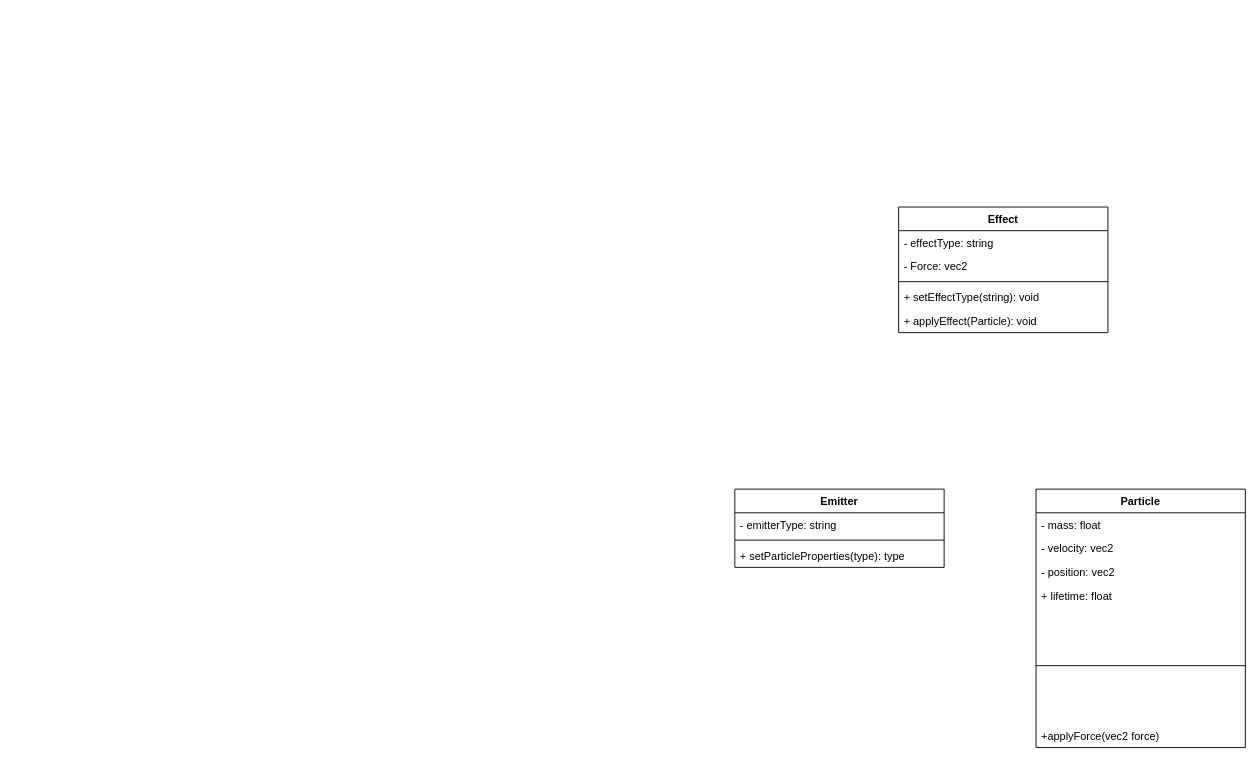
The draw.io diagram classDiagram.drawio in KarlWastesson/KandidatLab, before the edit. Source tidied: cells renumbered, new cells numbered last; positions are measured from the earlier drawing's top-left corner, leaving out a move shared by most shapes. Both pictures are drawn from the tidied source at 91%, with x=0, y=0 at pixel (734, 207).
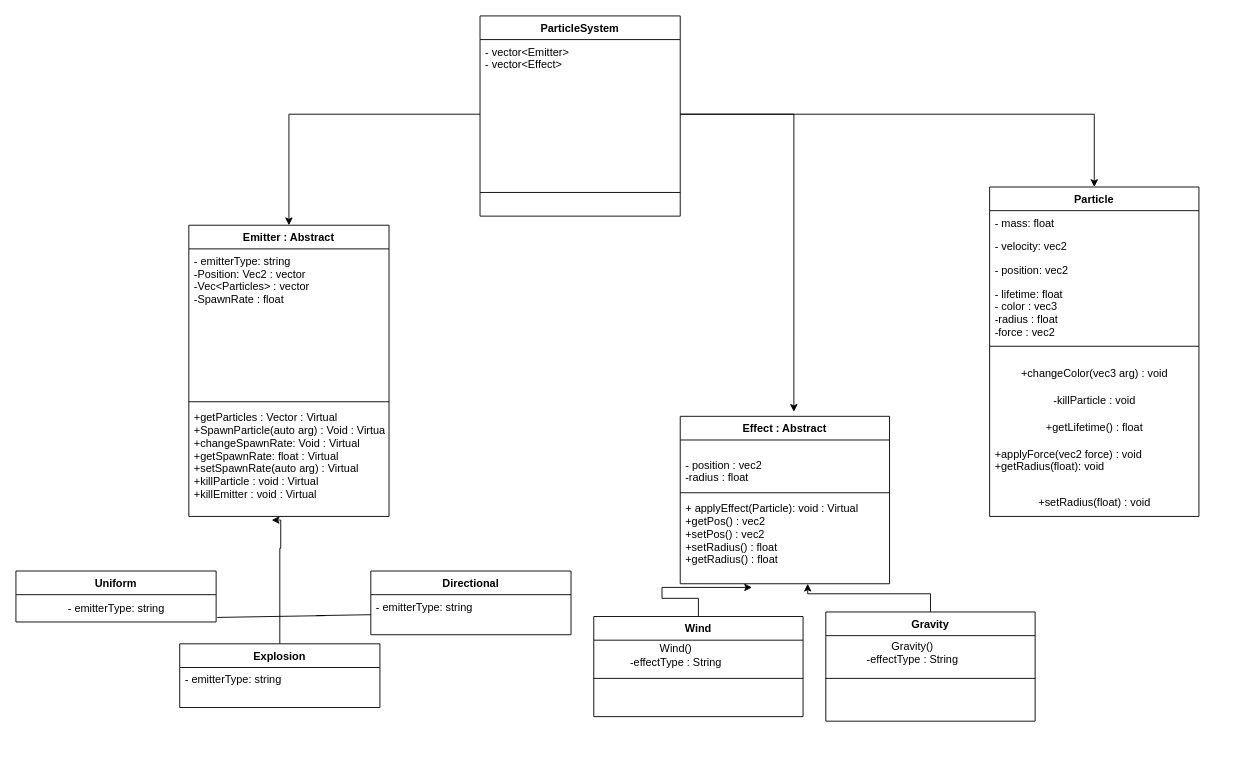
The same page after the edit.

The edit, as a diff of the source:
```diff
@@
-    <mxCell id="2" value="Emitter" style="swimlane;fontStyle=1;align=center;verticalAlign=top;horizontal=1;startSize=26;" parent="1" vertex="1">
-      <mxGeometry y="310" width="230" height="86" as="geometry" />
+    <mxCell id="2" value="Emitter : Abstract" style="swimlane;fontStyle=1;align=center;verticalAlign=top;horizontal=1;startSize=26;" parent="1" vertex="1">
+      <mxGeometry x="-600" y="20" width="220" height="320" as="geometry" />
     </mxCell>
-    <mxCell id="3" value="- emitterType: string" style="text;strokeColor=none;fillColor=none;align=left;verticalAlign=top;spacingLeft=4;spacingRight=4;overflow=hidden;" parent="2" vertex="1">
-      <mxGeometry y="26" width="230" height="26" as="geometry" />
+    <mxCell id="3" value="- emitterType: string&#10;-Position: Vec2 : vector&#10;-Vec&lt;Particles&gt; : vector&#10;-SpawnRate : float&#10;&#10;&#10;" style="text;strokeColor=none;fillColor=none;align=left;verticalAlign=top;spacingLeft=4;spacingRight=4;overflow=hidden;" parent="2" vertex="1">
+      <mxGeometry y="26" width="220" height="164" as="geometry" />
     </mxCell>
     <mxCell id="4" style="line;strokeWidth=1;fillColor=none;align=left;verticalAlign=middle;spacingTop=-1;spacingLeft=3;spacingRight=3;labelPosition=right;strokeColor=inherit;" parent="2" vertex="1">
-      <mxGeometry y="52" width="230" height="8" as="geometry" />
+      <mxGeometry y="190" width="220" height="8" as="geometry" />
     </mxCell>
-    <mxCell id="5" value="+ setParticleProperties(type): type" style="text;strokeColor=none;fillColor=none;align=left;verticalAlign=top;spacingLeft=4;spacingRight=4;overflow=hidden;points=[[0,0.5],[1,0.5]];portConstraint=eastwest;" parent="2" vertex="1">
-      <mxGeometry y="60" width="230" height="26" as="geometry" />
+    <mxCell id="5" value="+getParticles : Vector : Virtual&#10;+SpawnParticle(auto arg) : Void : Virtual&#10;+changeSpawnRate: Void : Virtual&#10;+getSpawnRate: float : Virtual&#10;+setSpawnRate(auto arg) : Virtual&#10;+killParticle : void : Virtual&#10;+killEmitter : void : Virtual&#10;" style="text;strokeColor=none;fillColor=none;align=left;verticalAlign=top;spacingLeft=4;spacingRight=4;overflow=hidden;points=[[0,0.5],[1,0.5]];portConstraint=eastwest;" parent="2" vertex="1">
+      <mxGeometry y="198" width="220" height="122" as="geometry" />
     </mxCell>
     <mxCell id="6" value="Particle" style="swimlane;fontStyle=1;align=center;verticalAlign=top;horizontal=1;startSize=26;" parent="1" vertex="1">
-      <mxGeometry x="331" y="310" width="230" height="284" as="geometry" />
+      <mxGeometry x="280" y="-22" width="230" height="362" as="geometry" />
     </mxCell>
@@
-    <mxCell id="10" value="+ lifetime: float" style="text;strokeColor=none;fillColor=none;align=left;verticalAlign=top;spacingLeft=4;spacingRight=4;overflow=hidden;" parent="6" vertex="1">
-      <mxGeometry y="104" width="230" height="26" as="geometry" />
+    <mxCell id="10" value="- lifetime: float&#10;- color : vec3&#10;-radius : float&#10;-force : vec2" style="text;strokeColor=none;fillColor=none;align=left;verticalAlign=top;spacingLeft=4;spacingRight=4;overflow=hidden;" parent="6" vertex="1">
+      <mxGeometry y="104" width="230" height="56" as="geometry" />
     </mxCell>
     <mxCell id="11" style="line;strokeWidth=1;fillColor=none;align=left;verticalAlign=middle;spacingTop=-1;spacingLeft=3;spacingRight=3;labelPosition=right;strokeColor=inherit;" parent="6" vertex="1">
-      <mxGeometry y="130" width="230" height="128" as="geometry" />
+      <mxGeometry y="160" width="230" height="30" as="geometry" />
     </mxCell>
+    <mxCell id="19" value="+changeColor(vec3 arg) : void" style="text;html=1;align=center;verticalAlign=middle;strokeColor=none;fillColor=none;" parent="6" vertex="1">
+      <mxGeometry y="190" width="230" height="30" as="geometry" />
+    </mxCell>
+    <mxCell id="20" value="-killParticle : void" style="text;html=1;align=center;verticalAlign=middle;strokeColor=none;fillColor=none;" parent="6" vertex="1">
+      <mxGeometry y="220" width="230" height="30" as="geometry" />
+    </mxCell>
+    <mxCell id="21" value="+getLifetime() : float" style="text;html=1;align=center;verticalAlign=middle;strokeColor=none;fillColor=none;" parent="6" vertex="1">
+      <mxGeometry y="250" width="230" height="30" as="geometry" />
+    </mxCell>
-    <mxCell id="12" value="+applyForce(vec2 force)" style="text;strokeColor=none;fillColor=none;align=left;verticalAlign=top;spacingLeft=4;spacingRight=4;overflow=hidden;" parent="6" vertex="1">
-      <mxGeometry y="258" width="230" height="26" as="geometry" />
+    <mxCell id="12" value="+applyForce(vec2 force) : void&#10;+getRadius(float): void" style="text;strokeColor=none;fillColor=none;align=left;verticalAlign=top;spacingLeft=4;spacingRight=4;overflow=hidden;" parent="6" vertex="1">
+      <mxGeometry y="280" width="230" height="52" as="geometry" />
     </mxCell>
+    <mxCell id="22" value="+setRadius(float) : void" style="text;html=1;align=center;verticalAlign=middle;strokeColor=none;fillColor=none;" parent="6" vertex="1">
+      <mxGeometry y="332" width="230" height="30" as="geometry" />
+    </mxCell>
-    <mxCell id="13" value="Effect" style="swimlane;fontStyle=1;align=center;verticalAlign=top;horizontal=1;startSize=26;" parent="1" vertex="1">
-      <mxGeometry x="180" width="230" height="138" as="geometry" />
+    <mxCell id="13" value="Effect : Abstract" style="swimlane;fontStyle=1;align=center;verticalAlign=top;horizontal=1;startSize=26;" parent="1" vertex="1">
+      <mxGeometry x="-60" y="230" width="230" height="184" as="geometry" />
     </mxCell>
-    <mxCell id="14" value="- effectType: string" style="text;strokeColor=none;fillColor=none;align=left;verticalAlign=top;spacingLeft=4;spacingRight=4;overflow=hidden;" parent="13" vertex="1">
-      <mxGeometry y="26" width="230" height="26" as="geometry" />
-    </mxCell>
-    <mxCell id="15" value="- Force: vec2&#10;" style="text;strokeColor=none;fillColor=none;align=left;verticalAlign=top;spacingLeft=4;spacingRight=4;overflow=hidden;" parent="13" vertex="1">
-      <mxGeometry y="52" width="230" height="26" as="geometry" />
+    <mxCell id="15" value="&#10;- position : vec2&#10;-radius : float&#10;" style="text;strokeColor=none;fillColor=none;align=left;verticalAlign=top;spacingLeft=4;spacingRight=4;overflow=hidden;" parent="13" vertex="1">
+      <mxGeometry y="26" width="230" height="54" as="geometry" />
     </mxCell>
     <mxCell id="16" style="line;strokeWidth=1;fillColor=none;align=left;verticalAlign=middle;spacingTop=-1;spacingLeft=3;spacingRight=3;labelPosition=right;strokeColor=inherit;" parent="13" vertex="1">
-      <mxGeometry y="78" width="230" height="8" as="geometry" />
+      <mxGeometry y="80" width="230" height="8" as="geometry" />
     </mxCell>
-    <mxCell id="17" value="+ setEffectType(string): void" style="text;strokeColor=none;fillColor=none;align=left;verticalAlign=top;spacingLeft=4;spacingRight=4;overflow=hidden;" parent="13" vertex="1">
-      <mxGeometry y="86" width="230" height="26" as="geometry" />
-    </mxCell>
-    <mxCell id="18" value="+ applyEffect(Particle): void" style="text;strokeColor=none;fillColor=none;align=left;verticalAlign=top;spacingLeft=4;spacingRight=4;overflow=hidden;points=[[0,0.5],[1,0.5]];portConstraint=eastwest;" parent="13" vertex="1">
-      <mxGeometry y="112" width="230" height="26" as="geometry" />
+    <mxCell id="18" value="+ applyEffect(Particle): void : Virtual&#10;+getPos() : vec2&#10;+setPos() : vec2&#10;+setRadius() : float&#10;+getRadius() : float" style="text;strokeColor=none;fillColor=none;align=left;verticalAlign=top;spacingLeft=4;spacingRight=4;overflow=hidden;points=[[0,0.5],[1,0.5]];portConstraint=eastwest;" parent="13" vertex="1">
+      <mxGeometry y="88" width="230" height="96" as="geometry" />
     </mxCell>
+    <mxCell id="23" value="Uniform" style="swimlane;fontStyle=1;align=center;verticalAlign=top;horizontal=1;startSize=26;" parent="1" vertex="1">
+      <mxGeometry x="-790" y="400" width="220" height="56" as="geometry" />
+    </mxCell>
+    <mxCell id="24" value="- emitterType: string" style="text;html=1;align=center;verticalAlign=middle;points=[];strokeColor=none;fillColor=none;" parent="23" vertex="1">
+      <mxGeometry y="26" width="220" height="30" as="geometry" />
+    </mxCell>
+    <mxCell id="25" value="Directional" style="swimlane;fontStyle=1;align=center;verticalAlign=top;horizontal=1;startSize=26;" parent="1" vertex="1">
+      <mxGeometry x="-400" y="400" width="220" height="70" as="geometry" />
+    </mxCell>
+    <mxCell id="26" value="- emitterType: string&#10;&#10;" style="text;strokeColor=none;fillColor=none;align=left;verticalAlign=top;spacingLeft=4;spacingRight=4;overflow=hidden;points=[[0,0.5],[1,0.5]];portConstraint=eastwest;" parent="25" vertex="1">
+      <mxGeometry y="26" width="220" height="44" as="geometry" />
+    </mxCell>
+    <mxCell id="27" style="edgeStyle=orthogonalEdgeStyle;rounded=0;jettySize=auto;html=1;entryX=0.414;entryY=1.033;entryDx=0;entryDy=0;entryPerimeter=0;" parent="1" edge="1" source="28" target="5">
+      <mxGeometry relative="1" as="geometry">
+        <Array as="points">
+          <mxPoint x="-500" y="375" />
+          <mxPoint x="-499" y="375" />
+        </Array>
+      </mxGeometry>
+    </mxCell>
+    <mxCell id="28" value="Explosion" style="swimlane;fontStyle=1;align=center;verticalAlign=top;horizontal=1;startSize=26;" parent="1" vertex="1">
+      <mxGeometry x="-610" y="480" width="220" height="70" as="geometry" />
+    </mxCell>
+    <mxCell id="29" value="- emitterType: string&#10;&#10;" style="text;strokeColor=none;fillColor=none;align=left;verticalAlign=top;spacingLeft=4;spacingRight=4;overflow=hidden;" parent="28" vertex="1">
+      <mxGeometry y="26" width="220" height="44" as="geometry" />
+    </mxCell>
+    <mxCell id="30" style="endArrow=none;html=1;rounded=0;exitX=0;exitY=0.5;exitDx=0;exitDy=0;" parent="1" edge="1" source="26">
+      <mxGeometry relative="1" as="geometry">
+        <mxPoint x="-460" y="449" as="targetPoint" />
+      </mxGeometry>
+    </mxCell>
+    <mxCell id="31" style="endArrow=none;html=1;rounded=0;entryX=1.005;entryY=0.833;entryDx=0;entryDy=0;entryPerimeter=0;" parent="1" edge="1" target="24">
+      <mxGeometry relative="1" as="geometry">
+        <mxPoint x="-450" y="449" as="sourcePoint" />
+      </mxGeometry>
+    </mxCell>
+    <mxCell id="32" style="edgeStyle=orthogonalEdgeStyle;rounded=0;jettySize=auto;html=1;entryX=0.343;entryY=1.042;entryDx=0;entryDy=0;entryPerimeter=0;" parent="1" edge="1" source="33" target="18">
+      <mxGeometry relative="1" as="geometry" />
+    </mxCell>
+    <mxCell id="33" value="Wind" style="swimlane;fontStyle=1;align=center;verticalAlign=top;horizontal=1;startSize=26;" parent="1" vertex="1">
+      <mxGeometry x="-155" y="450" width="230" height="110" as="geometry" />
+    </mxCell>
+    <mxCell id="34" style="line;strokeWidth=1;fillColor=none;align=left;verticalAlign=middle;spacingTop=-1;spacingLeft=3;spacingRight=3;labelPosition=right;strokeColor=inherit;" parent="33" vertex="1">
+      <mxGeometry y="26" width="230" height="84" as="geometry" />
+    </mxCell>
+    <mxCell id="35" style="edgeStyle=orthogonalEdgeStyle;rounded=0;jettySize=auto;html=1;entryX=0.609;entryY=1;entryDx=0;entryDy=0;entryPerimeter=0;" parent="1" edge="1" source="36" target="18">
+      <mxGeometry relative="1" as="geometry" />
+    </mxCell>
+    <mxCell id="36" value="Gravity" style="swimlane;fontStyle=1;align=center;verticalAlign=top;horizontal=1;startSize=26;" parent="1" vertex="1">
+      <mxGeometry x="100" y="445" width="230" height="120" as="geometry" />
+    </mxCell>
+    <mxCell id="37" style="line;strokeWidth=1;fillColor=none;align=left;verticalAlign=middle;spacingTop=-1;spacingLeft=3;spacingRight=3;labelPosition=right;strokeColor=inherit;" parent="36" vertex="1">
+      <mxGeometry y="26" width="230" height="94" as="geometry" />
+    </mxCell>
+    <mxCell id="38" value="Wind()&lt;br&gt;-effectType : String" style="text;html=1;align=center;verticalAlign=middle;strokeColor=none;fillColor=none;" parent="1" vertex="1">
+      <mxGeometry x="-125" y="473" width="120" height="40" as="geometry" />
+    </mxCell>
+    <mxCell id="39" value="Gravity()&lt;br&gt;-effectType : String" style="text;html=1;align=center;verticalAlign=middle;strokeColor=none;fillColor=none;" parent="1" vertex="1">
+      <mxGeometry x="135" y="470" width="120" height="40" as="geometry" />
+    </mxCell>
+    <mxCell id="40" value="ParticleSystem" style="swimlane;fontStyle=1;align=center;verticalAlign=top;horizontal=1;startSize=26;" parent="1" vertex="1">
+      <mxGeometry x="-280" y="-210" width="220" height="220" as="geometry" />
+    </mxCell>
+    <mxCell id="41" value="- vector&lt;Emitter&gt;&#10;- vector&lt;Effect&gt;&#10; &#10;&#10;" style="text;strokeColor=none;fillColor=none;align=left;verticalAlign=top;spacingLeft=4;spacingRight=4;overflow=hidden;points=[[0,0.5],[1,0.5]];portConstraint=eastwest;" parent="40" vertex="1">
+      <mxGeometry y="26" width="220" height="164" as="geometry" />
+    </mxCell>
+    <mxCell id="42" style="line;strokeWidth=1;fillColor=none;align=left;verticalAlign=middle;spacingTop=-1;spacingLeft=3;spacingRight=3;labelPosition=right;strokeColor=inherit;" parent="40" vertex="1">
+      <mxGeometry y="190" width="220" height="8" as="geometry" />
+    </mxCell>
+    <mxCell id="43" value="&#10;" style="text;strokeColor=none;fillColor=none;align=left;verticalAlign=top;spacingLeft=4;spacingRight=4;overflow=hidden;" parent="40" vertex="1">
+      <mxGeometry y="198" width="220" height="22" as="geometry" />
+    </mxCell>
+    <mxCell id="44" style="edgeStyle=orthogonalEdgeStyle;rounded=0;jettySize=auto;html=1;" parent="1" edge="1" source="41" target="2">
+      <mxGeometry relative="1" as="geometry" />
+    </mxCell>
+    <mxCell id="45" style="edgeStyle=orthogonalEdgeStyle;rounded=0;jettySize=auto;html=1;entryX=0.543;entryY=-0.027;entryDx=0;entryDy=0;entryPerimeter=0;" parent="1" edge="1" source="41" target="13">
+      <mxGeometry relative="1" as="geometry" />
+    </mxCell>
+    <mxCell id="46" style="edgeStyle=orthogonalEdgeStyle;rounded=0;jettySize=auto;html=1;entryX=0.5;entryY=0;entryDx=0;entryDy=0;" parent="1" edge="1" source="41" target="6">
+      <mxGeometry relative="1" as="geometry" />
+    </mxCell>
```
